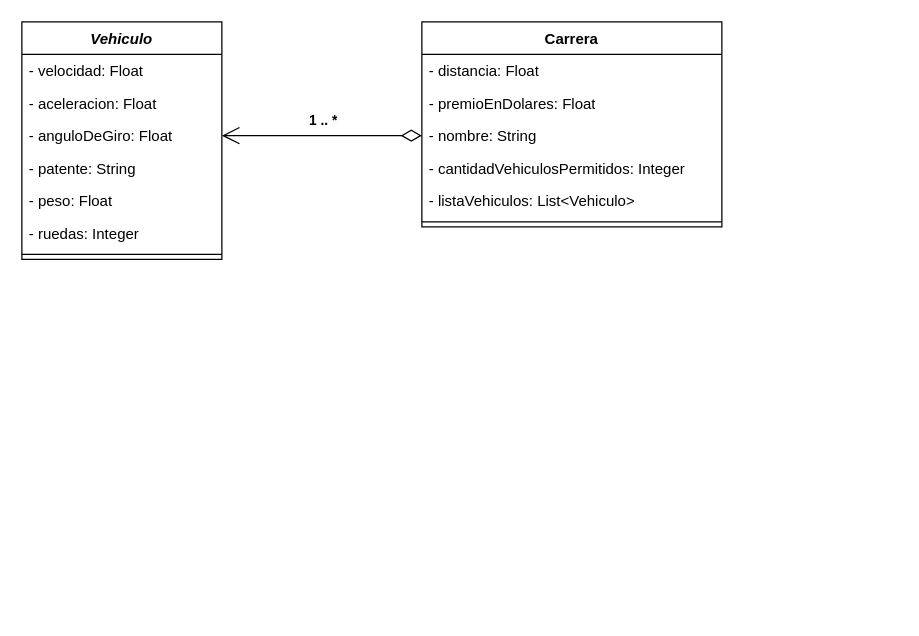
Earlier version of the draw.io diagram 02-MODULE-JAVA/05-EJERCICIOS-INTEGRADORES/dakar/diagrama-clases.drawio (faacosta/IT-BOOTCAMP). Source tidied: cells renumbered, new cells numbered last; positions are measured from the earlier drawing's top-left corner, leaving out a move shared by most shapes. Both pictures are drawn from the tidied source at 125%, with x=0, y=0 at pixel (21, 21).
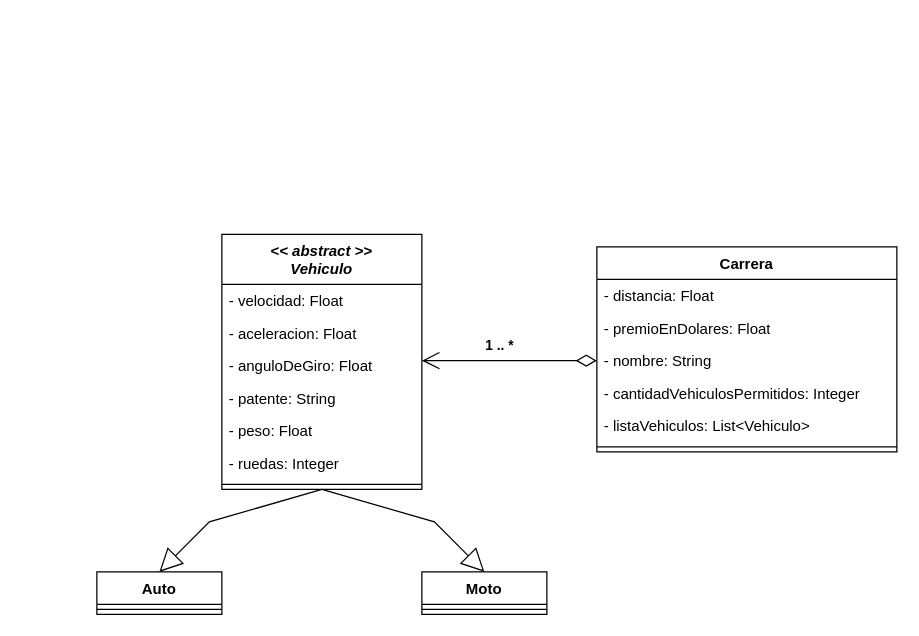
After the change.

Commit message:
Transformo a clase abstracta y agrego especificaciones

Unchanged cells that the change refers to:
```xml
<mxCell id="13" value="- nombre: String" style="text;strokeColor=none;fillColor=none;align=left;verticalAlign=top;spacingLeft=4;spacingRight=4;overflow=hidden;points=[[0,0.5],[1,0.5]];portConstraint=eastwest;whiteSpace=wrap;html=1;" parent="10" vertex="1">
  <mxGeometry y="78" width="240" height="26" as="geometry" />
</mxCell>
```

Diff of the diagram source:
```diff
@@
-    <mxCell id="2" value="Vehiculo" style="swimlane;fontStyle=3;align=center;verticalAlign=top;horizontal=1;startSize=26;rounded=0;shadow=0;strokeWidth=1;" parent="1" vertex="1">
-      <mxGeometry width="160" height="190" as="geometry" />
+    <mxCell id="2" value="&lt;&lt; abstract &gt;&gt;&#10;Vehiculo" style="swimlane;fontStyle=3;align=center;verticalAlign=top;horizontal=1;startSize=40;rounded=0;shadow=0;strokeWidth=1;" parent="1" vertex="1">
+      <mxGeometry x="160" y="170" width="160" height="204" as="geometry" />
     </mxCell>
     <mxCell id="3" value="- velocidad: Float" style="text;align=left;verticalAlign=top;spacingLeft=4;spacingRight=4;overflow=hidden;" parent="2" vertex="1">
-      <mxGeometry y="26" width="160" height="26" as="geometry" />
+      <mxGeometry y="40" width="160" height="26" as="geometry" />
     </mxCell>
     <mxCell id="4" value="- aceleracion: Float" style="text;align=left;verticalAlign=top;spacingLeft=4;spacingRight=4;overflow=hidden;" parent="2" vertex="1">
-      <mxGeometry y="52" width="160" height="26" as="geometry" />
+      <mxGeometry y="66" width="160" height="26" as="geometry" />
     </mxCell>
     <mxCell id="5" value="- anguloDeGiro: Float" style="text;align=left;verticalAlign=top;spacingLeft=4;spacingRight=4;overflow=hidden;points=[[0,0.5],[1,0.5]];portConstraint=eastwest;" parent="2" vertex="1">
-      <mxGeometry y="78" width="160" height="26" as="geometry" />
+      <mxGeometry y="92" width="160" height="26" as="geometry" />
     </mxCell>
     <mxCell id="6" value="- patente: String" style="text;align=left;verticalAlign=top;spacingLeft=4;spacingRight=4;overflow=hidden;" parent="2" vertex="1">
-      <mxGeometry y="104" width="160" height="26" as="geometry" />
+      <mxGeometry y="118" width="160" height="26" as="geometry" />
     </mxCell>
     <mxCell id="7" value="- peso: Float" style="text;align=left;verticalAlign=top;spacingLeft=4;spacingRight=4;overflow=hidden;" parent="2" vertex="1">
-      <mxGeometry y="130" width="160" height="26" as="geometry" />
+      <mxGeometry y="144" width="160" height="26" as="geometry" />
     </mxCell>
     <mxCell id="8" value="- ruedas: Integer" style="text;align=left;verticalAlign=top;spacingLeft=4;spacingRight=4;overflow=hidden;" parent="2" vertex="1">
-      <mxGeometry y="156" width="160" height="26" as="geometry" />
+      <mxGeometry y="170" width="160" height="26" as="geometry" />
     </mxCell>
     <mxCell id="9" style="line;html=1;strokeWidth=1;align=left;verticalAlign=middle;spacingTop=-1;spacingLeft=3;spacingRight=3;labelPosition=right;" parent="2" vertex="1">
-      <mxGeometry y="182" width="160" height="8" as="geometry" />
+      <mxGeometry y="196" width="160" height="8" as="geometry" />
     </mxCell>
     <mxCell id="10" value="Carrera" style="swimlane;fontStyle=1;align=center;verticalAlign=top;horizontal=1;startSize=26;whiteSpace=wrap;html=1;" parent="1" vertex="1">
-      <mxGeometry x="320" width="240" height="164" as="geometry" />
+      <mxGeometry x="460" y="180" width="240" height="164" as="geometry" />
     </mxCell>
@@
-    <mxCell id="17" style="endArrow=open;html=1;endSize=12;startArrow=diamondThin;startSize=14;startFill=0;edgeStyle=orthogonalEdgeStyle;align=left;verticalAlign=bottom;rounded=0;exitX=0;exitY=0.5;exitDx=0;exitDy=0;entryX=1;entryY=0.5;entryDx=0;entryDy=0;" parent="1" edge="1" source="13" target="5">
-      <mxGeometry x="-0.88" y="-11" relative="1" as="geometry" />
+    <mxCell id="17" style="endArrow=open;html=1;endSize=12;startArrow=diamondThin;startSize=14;startFill=0;edgeStyle=orthogonalEdgeStyle;align=left;verticalAlign=bottom;rounded=0;exitX=0;exitY=0.5;exitDx=0;exitDy=0;" parent="1" edge="1" source="13">
+      <mxGeometry x="-0.88" y="-11" relative="1" as="geometry">
+        <mxPoint x="320" y="271" as="targetPoint" />
+      </mxGeometry>
     </mxCell>
@@
+    <mxCell id="19" value="Auto" style="swimlane;fontStyle=1;align=center;verticalAlign=top;horizontal=1;startSize=26;whiteSpace=wrap;html=1;" parent="1" vertex="1">
+      <mxGeometry x="60" y="440" width="100" height="34" as="geometry" />
+    </mxCell>
+    <mxCell id="20" style="line;strokeWidth=1;fillColor=none;align=left;verticalAlign=middle;spacingTop=-1;spacingLeft=3;spacingRight=3;labelPosition=right;strokeColor=inherit;" parent="19" vertex="1">
+      <mxGeometry y="26" width="100" height="8" as="geometry" />
+    </mxCell>
+    <mxCell id="21" value="Moto" style="swimlane;fontStyle=1;align=center;verticalAlign=top;horizontal=1;startSize=26;whiteSpace=wrap;html=1;" parent="1" vertex="1">
+      <mxGeometry x="320" y="440" width="100" height="34" as="geometry" />
+    </mxCell>
+    <mxCell id="22" style="line;strokeWidth=1;fillColor=none;align=left;verticalAlign=middle;spacingTop=-1;spacingLeft=3;spacingRight=3;labelPosition=right;strokeColor=inherit;" parent="21" vertex="1">
+      <mxGeometry y="26" width="100" height="8" as="geometry" />
+    </mxCell>
+    <mxCell id="23" style="endArrow=block;endSize=16;endFill=0;html=1;rounded=0;exitX=0.5;exitY=1;exitDx=0;exitDy=0;entryX=0.5;entryY=0;entryDx=0;entryDy=0;" parent="1" edge="1" source="2" target="19">
+      <mxGeometry relative="1" as="geometry">
+        <Array as="points">
+          <mxPoint x="150" y="400" />
+        </Array>
+      </mxGeometry>
+    </mxCell>
+    <mxCell id="24" style="endArrow=block;endSize=16;endFill=0;html=1;rounded=0;exitX=0.5;exitY=1;exitDx=0;exitDy=0;entryX=0.5;entryY=0;entryDx=0;entryDy=0;" parent="1" edge="1" source="2" target="21">
+      <mxGeometry relative="1" as="geometry">
+        <Array as="points">
+          <mxPoint x="330" y="400" />
+        </Array>
+      </mxGeometry>
+    </mxCell>
```
